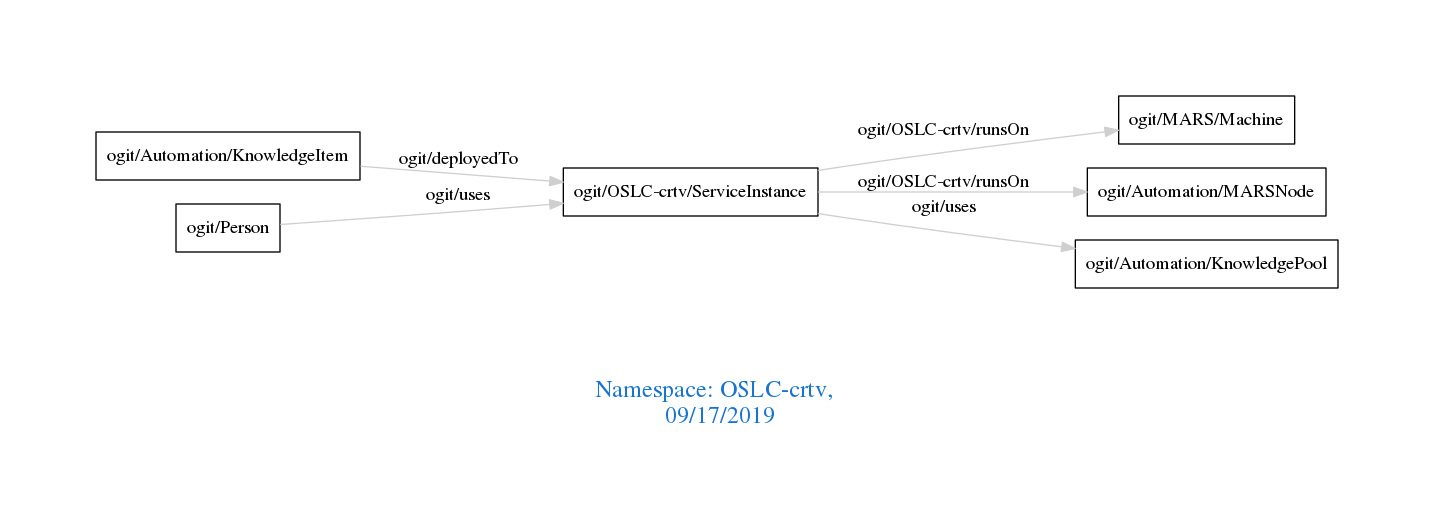
Before: downloads/OSLC-crtv.png, a diagram exported from Graphviz (arago/OGIT). Its source is kept beside it as downloads/OSLC-crtv.dot. Source of this version:
```dot
digraph OGIT_ontology {
 graph [ rankdir= LR,pad=1
fontsize = 18,
fontcolor= dodgerblue3,label = "\n\n\nNamespace: OSLC-crtv, \n 09/17/2019"];
node[shape=polygon];
edge [  color="gray81"];

   "ogit/Automation/KnowledgeItem" -> "ogit/OSLC-crtv/ServiceInstance" [label="   ogit/deployedTo    "];
   "ogit/OSLC-crtv/ServiceInstance" -> "ogit/MARS/Machine" [label="   ogit/OSLC-crtv/runsOn    "];
   "ogit/OSLC-crtv/ServiceInstance" -> "ogit/Automation/MARSNode" [label="   ogit/OSLC-crtv/runsOn    "];
   "ogit/OSLC-crtv/ServiceInstance" -> "ogit/Automation/KnowledgePool" [label="   ogit/uses    "];
   "ogit/Person" -> "ogit/OSLC-crtv/ServiceInstance" [label="   ogit/uses    "];
}
```
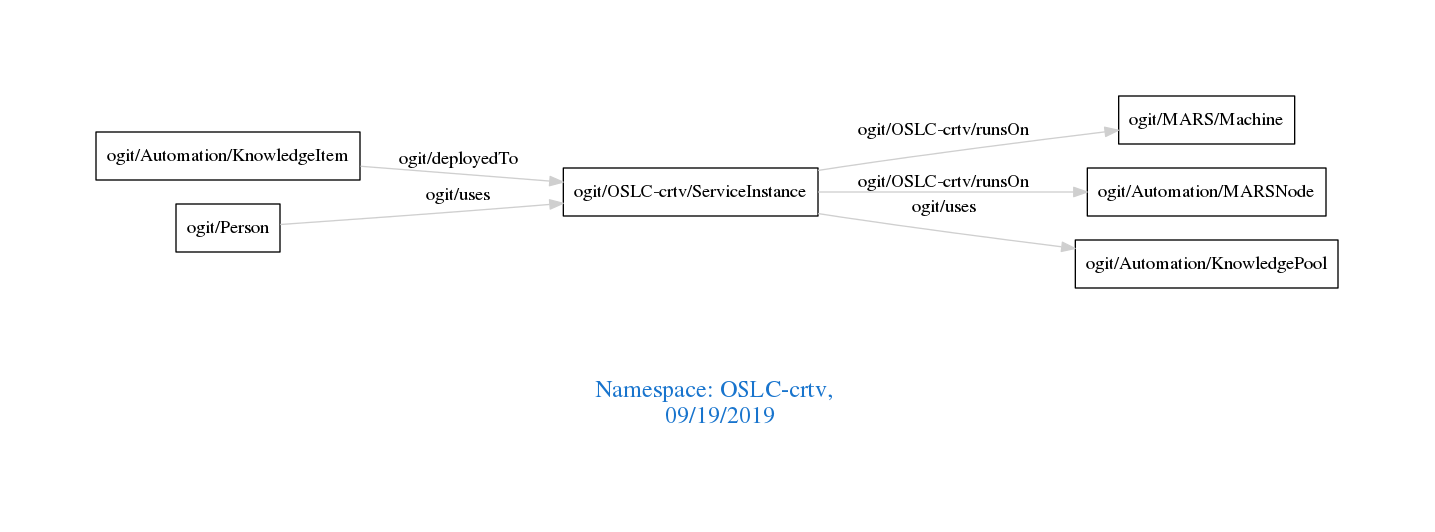
After the change.

Diff of the diagram source:
```diff
@@ -1,7 +1,7 @@
 digraph OGIT_ontology {
  graph [ rankdir= LR,pad=1
 fontsize = 18,
-fontcolor= dodgerblue3,label = "\n\n\nNamespace: OSLC-crtv, \n 09/17/2019"];
+fontcolor= dodgerblue3,label = "\n\n\nNamespace: OSLC-crtv, \n 09/19/2019"];
 node[shape=polygon];
 edge [  color="gray81"];
 
```
